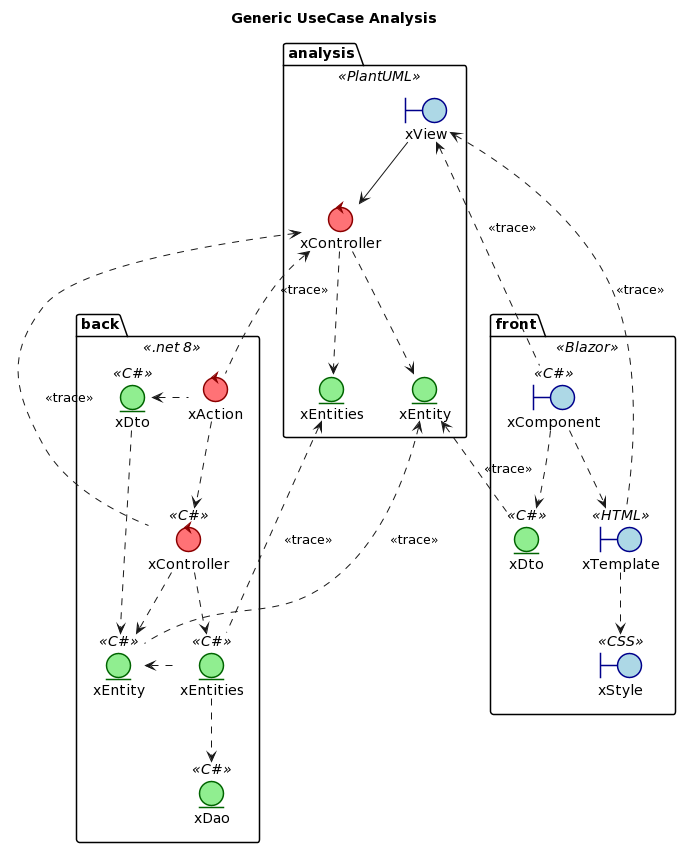
wsmcbl/wsmcbl.doc keeps this PlantUML diagram as out/DesignView/UseCaseDesign/UseCaseDesign.png. Above is the earlier version.
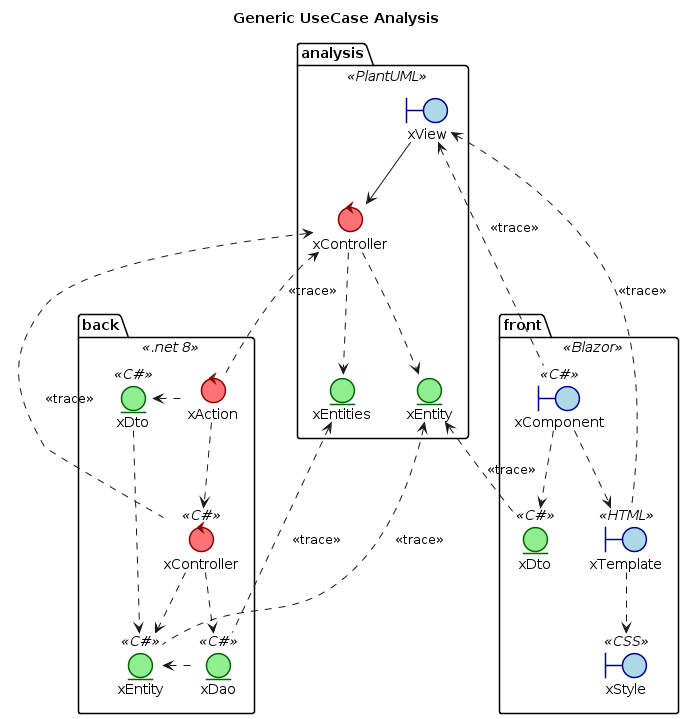
The same file after the commit.

Commit message:
Feat: Update DataBase design.

What changed in the source:
```diff
@@ -47,21 +47,19 @@
 
     entity b.xDto as "xDto" <<C#>>
     entity b.xEntity as "xEntity" <<C#>>
-    entity b.xEntities as "xEntities" <<C#>>
     entity xDao <<C#>>
 
     xAction ..> b.xController
     xAction .left.> b.xDto
     b.xController ..> b.xEntity
-    b.xController ..> b.xEntities
+    b.xController ..> xDao
     b.xDto ..> b.xEntity
-    b.xEntities .left.> b.xEntity
-    b.xEntities ..> xDao
+    xDao .left.> b.xEntity
 }
 xAction .up.> xController : <<trace>>
 b.xController .up.> xController : <<trace>>
 b.xEntity .up.> xEntity : <<trace>>
-b.xEntities .up.> xEntities : <<trace>>
+xDao .up.> xEntities : <<trace>>
 
 
 xComponent .up.> xView : <<trace>>
```
